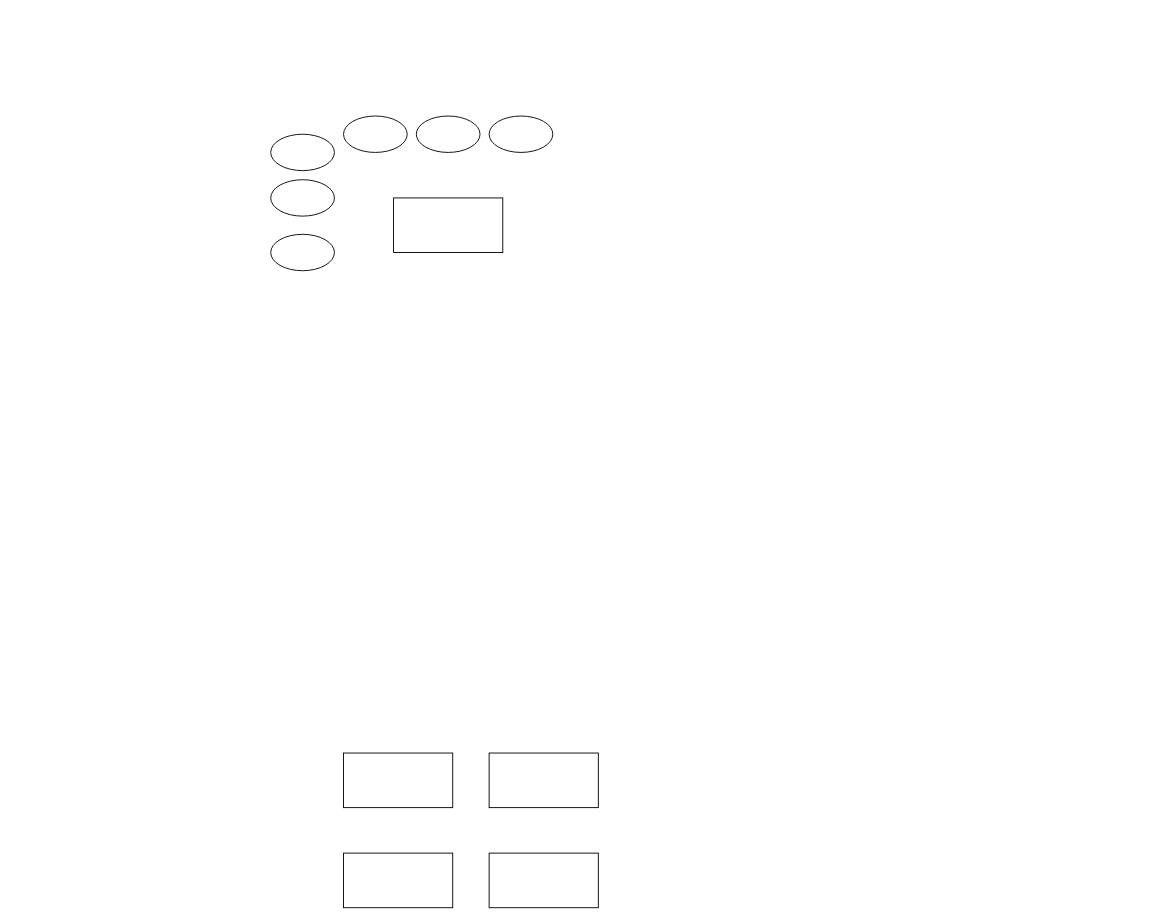
shaquiboy/1 keeps this draw.io diagram as page "Página-3" (3 of 3) of Diagrama sin título.drawio. Above is the earlier version. Source tidied: cells renumbered, new cells numbered last; positions are measured from the earlier drawing's top-left corner, leaving out a move shared by most shapes. Both pictures are drawn from the tidied source at 91%, with x=0, y=0 at pixel (270, 116).
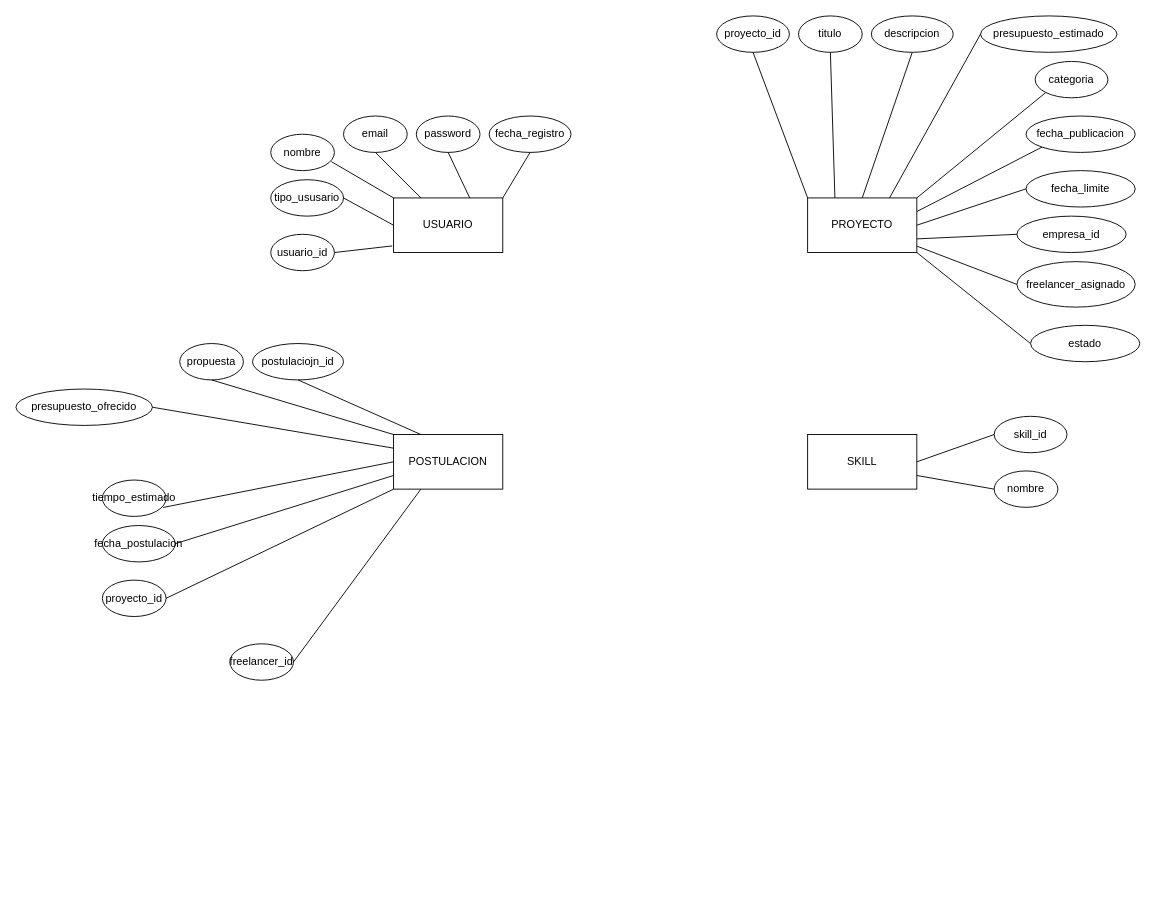
Above is the later version.

The edit, as a diff of the source:
```diff
@@
-    <mxCell id="2" style="rounded=0;whiteSpace=wrap;html=1;" parent="1" vertex="1">
+    <mxCell id="2" value="USUARIO" style="rounded=0;whiteSpace=wrap;html=1;" parent="1" vertex="1">
       <mxGeometry x="135" y="90" width="120" height="60" as="geometry" />
     </mxCell>
-    <mxCell id="3" style="rounded=0;whiteSpace=wrap;html=1;" parent="1" vertex="1">
-      <mxGeometry x="240" y="810" width="120" height="60" as="geometry" />
-    </mxCell>
-    <mxCell id="4" style="rounded=0;whiteSpace=wrap;html=1;" parent="1" vertex="1">
-      <mxGeometry x="240" y="700" width="120" height="60" as="geometry" />
-    </mxCell>
-    <mxCell id="5" style="rounded=0;whiteSpace=wrap;html=1;" parent="1" vertex="1">
-      <mxGeometry x="80" y="810" width="120" height="60" as="geometry" />
-    </mxCell>
-    <mxCell id="6" style="rounded=0;whiteSpace=wrap;html=1;" parent="1" vertex="1">
-      <mxGeometry x="80" y="700" width="120" height="60" as="geometry" />
-    </mxCell>
-    <mxCell id="7" style="ellipse;whiteSpace=wrap;html=1;" parent="1" vertex="1">
+    <mxCell id="7" value="usuario_id" style="ellipse;whiteSpace=wrap;html=1;" parent="1" vertex="1">
       <mxGeometry y="130" width="70" height="40" as="geometry" />
     </mxCell>
-    <mxCell id="8" style="ellipse;whiteSpace=wrap;html=1;" parent="1" vertex="1">
-      <mxGeometry x="240" width="70" height="40" as="geometry" />
+    <mxCell id="8" value="fecha_registro" style="ellipse;whiteSpace=wrap;html=1;" parent="1" vertex="1">
+      <mxGeometry x="240" width="90" height="40" as="geometry" />
     </mxCell>
-    <mxCell id="9" style="ellipse;whiteSpace=wrap;html=1;" parent="1" vertex="1">
-      <mxGeometry y="70" width="70" height="40" as="geometry" />
+    <mxCell id="9" value="tipo_ususario" style="ellipse;whiteSpace=wrap;html=1;" parent="1" vertex="1">
+      <mxGeometry y="70" width="80" height="40" as="geometry" />
     </mxCell>
-    <mxCell id="10" style="ellipse;whiteSpace=wrap;html=1;" parent="1" vertex="1">
+    <mxCell id="10" value="nombre" style="ellipse;whiteSpace=wrap;html=1;" parent="1" vertex="1">
       <mxGeometry y="20" width="70" height="40" as="geometry" />
     </mxCell>
-    <mxCell id="11" style="ellipse;whiteSpace=wrap;html=1;" parent="1" vertex="1">
+    <mxCell id="11" value="email" style="ellipse;whiteSpace=wrap;html=1;" parent="1" vertex="1">
       <mxGeometry x="80" width="70" height="40" as="geometry" />
     </mxCell>
-    <mxCell id="12" style="ellipse;whiteSpace=wrap;html=1;" parent="1" vertex="1">
+    <mxCell id="12" value="password" style="ellipse;whiteSpace=wrap;html=1;" parent="1" vertex="1">
       <mxGeometry x="160" width="70" height="40" as="geometry" />
     </mxCell>
+    <mxCell id="13" style="endArrow=none;html=1;rounded=0;entryX=0.5;entryY=1;entryDx=0;entryDy=0;exitX=1;exitY=0;exitDx=0;exitDy=0;" parent="1" edge="1" source="2" target="8">
+      <mxGeometry relative="1" as="geometry" />
+    </mxCell>
+    <mxCell id="14" style="endArrow=none;html=1;rounded=0;exitX=0.698;exitY=0.002;exitDx=0;exitDy=0;exitPerimeter=0;entryX=0.5;entryY=1;entryDx=0;entryDy=0;" parent="1" edge="1" source="2" target="12">
+      <mxGeometry relative="1" as="geometry" />
+    </mxCell>
+    <mxCell id="15" style="endArrow=none;html=1;rounded=0;exitX=0.25;exitY=0;exitDx=0;exitDy=0;entryX=0.5;entryY=1;entryDx=0;entryDy=0;" parent="1" edge="1" source="2" target="11">
+      <mxGeometry relative="1" as="geometry" />
+    </mxCell>
+    <mxCell id="16" style="endArrow=none;html=1;rounded=0;exitX=1;exitY=0.5;exitDx=0;exitDy=0;entryX=-0.012;entryY=0.879;entryDx=0;entryDy=0;entryPerimeter=0;" parent="1" edge="1" source="7" target="2">
+      <mxGeometry relative="1" as="geometry" />
+    </mxCell>
+    <mxCell id="17" style="endArrow=none;html=1;rounded=0;entryX=1;entryY=0.5;entryDx=0;entryDy=0;exitX=0;exitY=0.5;exitDx=0;exitDy=0;" parent="1" edge="1" source="2" target="9">
+      <mxGeometry relative="1" as="geometry" />
+    </mxCell>
+    <mxCell id="18" style="endArrow=none;html=1;rounded=0;entryX=0.953;entryY=0.754;entryDx=0;entryDy=0;entryPerimeter=0;exitX=0;exitY=0;exitDx=0;exitDy=0;" parent="1" edge="1" source="2" target="10">
+      <mxGeometry relative="1" as="geometry" />
+    </mxCell>
+    <mxCell id="19" value="PROYECTO" style="rounded=0;whiteSpace=wrap;html=1;" parent="1" vertex="1">
+      <mxGeometry x="590" y="90" width="120" height="60" as="geometry" />
+    </mxCell>
+    <mxCell id="20" value="fecha_publicacion" style="ellipse;whiteSpace=wrap;html=1;" parent="1" vertex="1">
+      <mxGeometry x="830" width="120" height="40" as="geometry" />
+    </mxCell>
+    <mxCell id="21" value="descripcion" style="ellipse;whiteSpace=wrap;html=1;" parent="1" vertex="1">
+      <mxGeometry x="660" y="-110" width="90" height="40" as="geometry" />
+    </mxCell>
+    <mxCell id="22" value="categoria" style="ellipse;whiteSpace=wrap;html=1;" parent="1" vertex="1">
+      <mxGeometry x="840" y="-60" width="80" height="40" as="geometry" />
+    </mxCell>
+    <mxCell id="23" value="presupuesto_estimado" style="ellipse;whiteSpace=wrap;html=1;" parent="1" vertex="1">
+      <mxGeometry x="780" y="-110" width="150" height="40" as="geometry" />
+    </mxCell>
+    <mxCell id="24" value="proyecto_id" style="ellipse;whiteSpace=wrap;html=1;" parent="1" vertex="1">
+      <mxGeometry x="490" y="-110" width="80" height="40" as="geometry" />
+    </mxCell>
+    <mxCell id="25" value="titulo" style="ellipse;whiteSpace=wrap;html=1;" parent="1" vertex="1">
+      <mxGeometry x="580" y="-110" width="70" height="40" as="geometry" />
+    </mxCell>
+    <mxCell id="26" style="endArrow=none;html=1;rounded=0;entryX=0.5;entryY=1;entryDx=0;entryDy=0;exitX=0.5;exitY=0;exitDx=0;exitDy=0;" parent="1" edge="1" source="19" target="21">
+      <mxGeometry relative="1" as="geometry" />
+    </mxCell>
+    <mxCell id="27" style="endArrow=none;html=1;rounded=0;exitX=0.25;exitY=0;exitDx=0;exitDy=0;entryX=0.5;entryY=1;entryDx=0;entryDy=0;" parent="1" edge="1" source="19" target="25">
+      <mxGeometry relative="1" as="geometry" />
+    </mxCell>
+    <mxCell id="28" style="endArrow=none;html=1;rounded=0;exitX=0;exitY=0;exitDx=0;exitDy=0;entryX=0.5;entryY=1;entryDx=0;entryDy=0;" parent="1" edge="1" source="19" target="24">
+      <mxGeometry relative="1" as="geometry" />
+    </mxCell>
+    <mxCell id="29" style="endArrow=none;html=1;rounded=0;exitX=0;exitY=1;exitDx=0;exitDy=0;entryX=1;entryY=0.25;entryDx=0;entryDy=0;" parent="1" edge="1" source="20" target="19">
+      <mxGeometry relative="1" as="geometry" />
+    </mxCell>
+    <mxCell id="30" style="endArrow=none;html=1;rounded=0;entryX=0;entryY=1;entryDx=0;entryDy=0;exitX=1;exitY=0;exitDx=0;exitDy=0;" parent="1" edge="1" source="19" target="22">
+      <mxGeometry relative="1" as="geometry" />
+    </mxCell>
+    <mxCell id="31" style="endArrow=none;html=1;rounded=0;entryX=0;entryY=0.5;entryDx=0;entryDy=0;exitX=0.75;exitY=0;exitDx=0;exitDy=0;" parent="1" edge="1" source="19" target="23">
+      <mxGeometry relative="1" as="geometry" />
+    </mxCell>
+    <mxCell id="32" value="fecha_limite" style="ellipse;whiteSpace=wrap;html=1;" parent="1" vertex="1">
+      <mxGeometry x="830" y="60" width="120" height="40" as="geometry" />
+    </mxCell>
+    <mxCell id="33" style="endArrow=none;html=1;rounded=0;exitX=0;exitY=0.5;exitDx=0;exitDy=0;entryX=1;entryY=0.5;entryDx=0;entryDy=0;" parent="1" edge="1" source="32" target="19">
+      <mxGeometry relative="1" as="geometry" />
+    </mxCell>
+    <mxCell id="34" value="empresa_id" style="ellipse;whiteSpace=wrap;html=1;" parent="1" vertex="1">
+      <mxGeometry x="820" y="110" width="120" height="40" as="geometry" />
+    </mxCell>
+    <mxCell id="35" style="endArrow=none;html=1;rounded=0;exitX=0;exitY=0.5;exitDx=0;exitDy=0;entryX=1;entryY=0.75;entryDx=0;entryDy=0;" parent="1" edge="1" source="34" target="19">
+      <mxGeometry relative="1" as="geometry" />
+    </mxCell>
+    <mxCell id="36" value="freelancer_asignado" style="ellipse;whiteSpace=wrap;html=1;" parent="1" vertex="1">
+      <mxGeometry x="820" y="160" width="130" height="50" as="geometry" />
+    </mxCell>
+    <mxCell id="37" style="endArrow=none;html=1;rounded=0;exitX=0;exitY=0.5;exitDx=0;exitDy=0;" parent="1" edge="1" source="36" target="19">
+      <mxGeometry relative="1" as="geometry" />
+    </mxCell>
+    <mxCell id="38" value="estado" style="ellipse;whiteSpace=wrap;html=1;" parent="1" vertex="1">
+      <mxGeometry x="835" y="230" width="120" height="40" as="geometry" />
+    </mxCell>
+    <mxCell id="39" style="endArrow=none;html=1;rounded=0;exitX=0;exitY=0.5;exitDx=0;exitDy=0;entryX=1;entryY=1;entryDx=0;entryDy=0;" parent="1" edge="1" source="38" target="19">
+      <mxGeometry relative="1" as="geometry" />
+    </mxCell>
+    <mxCell id="40" value="SKILL" style="rounded=0;whiteSpace=wrap;html=1;" parent="1" vertex="1">
+      <mxGeometry x="590" y="350" width="120" height="60" as="geometry" />
+    </mxCell>
+    <mxCell id="41" value="nombre" style="ellipse;whiteSpace=wrap;html=1;" parent="1" vertex="1">
+      <mxGeometry x="795" y="390" width="70" height="40" as="geometry" />
+    </mxCell>
+    <mxCell id="42" value="skill_id" style="ellipse;whiteSpace=wrap;html=1;" parent="1" vertex="1">
+      <mxGeometry x="795" y="330" width="80" height="40" as="geometry" />
+    </mxCell>
+    <mxCell id="43" style="endArrow=none;html=1;rounded=0;entryX=1;entryY=0.75;entryDx=0;entryDy=0;exitX=0;exitY=0.5;exitDx=0;exitDy=0;" parent="1" edge="1" source="41" target="40">
+      <mxGeometry relative="1" as="geometry" />
+    </mxCell>
+    <mxCell id="44" style="endArrow=none;html=1;rounded=0;entryX=0;entryY=0.5;entryDx=0;entryDy=0;exitX=1;exitY=0.5;exitDx=0;exitDy=0;" parent="1" edge="1" source="40" target="42">
+      <mxGeometry relative="1" as="geometry" />
+    </mxCell>
+    <mxCell id="45" value="POSTULACION" style="rounded=0;whiteSpace=wrap;html=1;" parent="1" vertex="1">
+      <mxGeometry x="135" y="350" width="120" height="60" as="geometry" />
+    </mxCell>
+    <mxCell id="46" value="proyecto_id" style="ellipse;whiteSpace=wrap;html=1;" parent="1" vertex="1">
+      <mxGeometry x="-185" y="510" width="70" height="40" as="geometry" />
+    </mxCell>
+    <mxCell id="47" value="postulaciojn_id" style="ellipse;whiteSpace=wrap;html=1;" parent="1" vertex="1">
+      <mxGeometry x="-20" y="250" width="100" height="40" as="geometry" />
+    </mxCell>
+    <mxCell id="48" value="fecha_postulacion" style="ellipse;whiteSpace=wrap;html=1;" parent="1" vertex="1">
+      <mxGeometry x="-185" y="450" width="80" height="40" as="geometry" />
+    </mxCell>
+    <mxCell id="49" value="tiempo_estimado" style="ellipse;whiteSpace=wrap;html=1;" parent="1" vertex="1">
+      <mxGeometry x="-185" y="400" width="70" height="40" as="geometry" />
+    </mxCell>
+    <mxCell id="50" value="presupuesto_ofrecido" style="ellipse;whiteSpace=wrap;html=1;" parent="1" vertex="1">
+      <mxGeometry x="-280" y="300" width="150" height="40" as="geometry" />
+    </mxCell>
+    <mxCell id="51" value="propuesta" style="ellipse;whiteSpace=wrap;html=1;" parent="1" vertex="1">
+      <mxGeometry x="-100" y="250" width="70" height="40" as="geometry" />
+    </mxCell>
+    <mxCell id="52" style="endArrow=none;html=1;rounded=0;entryX=0.5;entryY=1;entryDx=0;entryDy=0;exitX=0.25;exitY=0;exitDx=0;exitDy=0;" parent="1" edge="1" source="45" target="47">
+      <mxGeometry relative="1" as="geometry" />
+    </mxCell>
+    <mxCell id="53" style="endArrow=none;html=1;rounded=0;exitX=0;exitY=0;exitDx=0;exitDy=0;entryX=0.5;entryY=1;entryDx=0;entryDy=0;" parent="1" edge="1" source="45" target="51">
+      <mxGeometry relative="1" as="geometry" />
+    </mxCell>
+    <mxCell id="54" style="endArrow=none;html=1;rounded=0;exitX=0;exitY=0.25;exitDx=0;exitDy=0;entryX=1;entryY=0.5;entryDx=0;entryDy=0;" parent="1" edge="1" source="45" target="50">
+      <mxGeometry relative="1" as="geometry" />
+    </mxCell>
+    <mxCell id="55" style="endArrow=none;html=1;rounded=0;exitX=1;exitY=0.5;exitDx=0;exitDy=0;entryX=0;entryY=1;entryDx=0;entryDy=0;" parent="1" edge="1" source="46" target="45">
+      <mxGeometry relative="1" as="geometry" />
+    </mxCell>
+    <mxCell id="56" style="endArrow=none;html=1;rounded=0;entryX=1;entryY=0.5;entryDx=0;entryDy=0;exitX=0;exitY=0.75;exitDx=0;exitDy=0;" parent="1" edge="1" source="45" target="48">
+      <mxGeometry relative="1" as="geometry" />
+    </mxCell>
+    <mxCell id="57" style="endArrow=none;html=1;rounded=0;entryX=0.953;entryY=0.754;entryDx=0;entryDy=0;entryPerimeter=0;exitX=0;exitY=0.5;exitDx=0;exitDy=0;" parent="1" edge="1" source="45" target="49">
+      <mxGeometry relative="1" as="geometry" />
+    </mxCell>
+    <mxCell id="58" value="freelancer_id" style="ellipse;whiteSpace=wrap;html=1;" parent="1" vertex="1">
+      <mxGeometry x="-45" y="580" width="70" height="40" as="geometry" />
+    </mxCell>
+    <mxCell id="59" style="endArrow=none;html=1;rounded=0;exitX=1;exitY=0.5;exitDx=0;exitDy=0;entryX=0.25;entryY=1;entryDx=0;entryDy=0;" parent="1" edge="1" source="58" target="45">
+      <mxGeometry relative="1" as="geometry" />
+    </mxCell>
```
